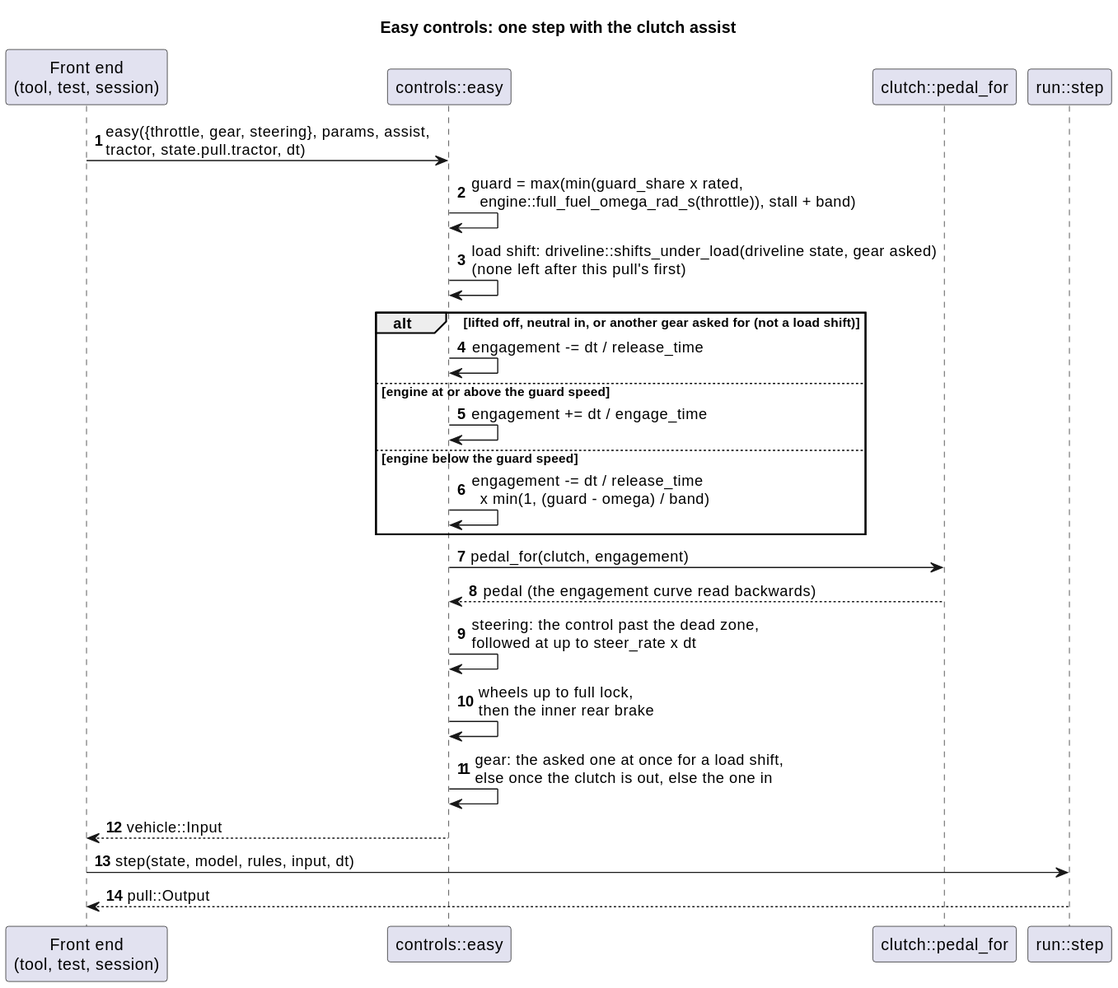
Above: docs/diagrams/svg/easy_controls_sequence.svg in wversteeg/TractorPulling (PlantUML), before the change.
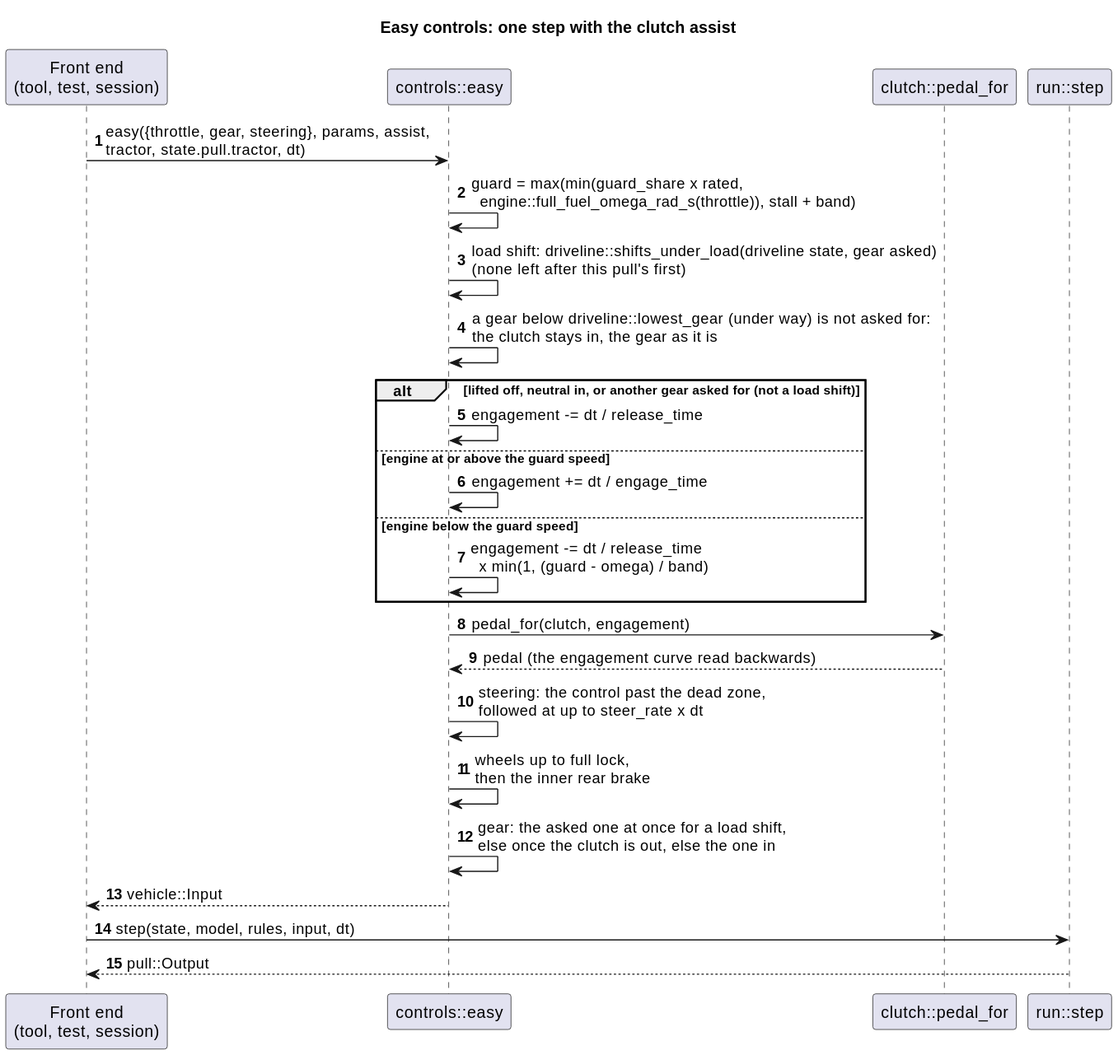
The same file after the commit.

Diff of the diagram source:
```diff
@@ -9,6 +9,7 @@
 Frontend -> Easy : easy({throttle, gear, steering}, params, assist,\ntractor, state.pull.tractor, dt)
 Easy -> Easy : guard = max(min(guard_share x rated,\n  engine::full_fuel_omega_rad_s(throttle)), stall + band)
 Easy -> Easy : load shift: driveline::shifts_under_load(driveline state, gear asked)\n(none left after this pull's first)
+Easy -> Easy : a gear below driveline::lowest_gear (under way) is not asked for:\nthe clutch stays in, the gear as it is
 alt lifted off, neutral in, or another gear asked for (not a load shift)
   Easy -> Easy : engagement -= dt / release_time
 else engine at or above the guard speed
```
